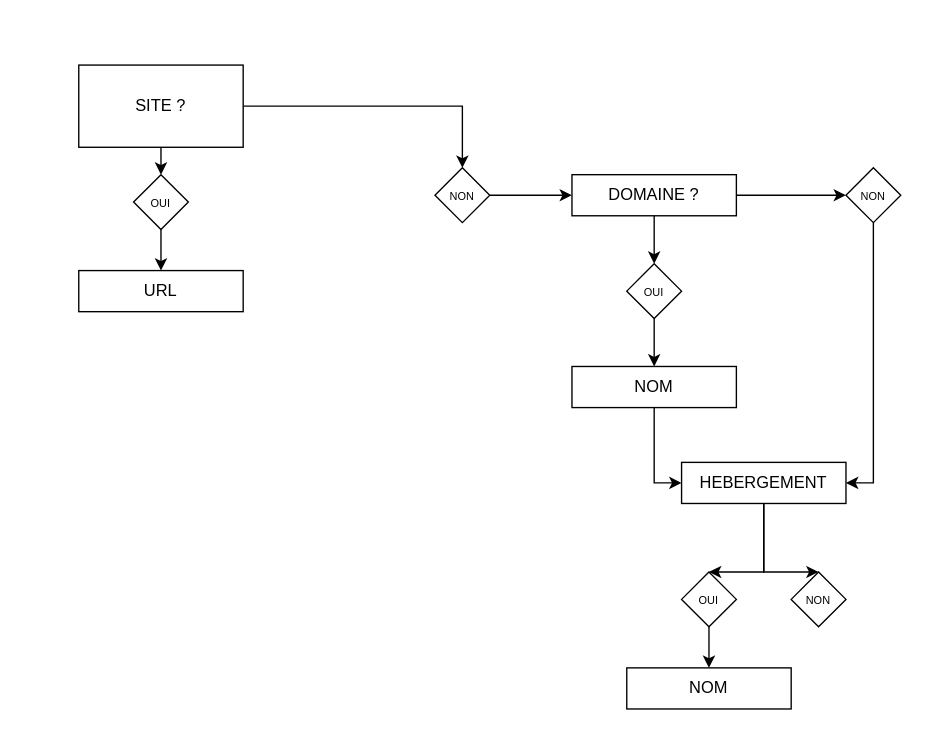
Above: Webcharte.drawio in webcharte/webcharte (draw.io), before the change. Source tidied: cells renumbered, new cells numbered last; positions are measured from the earlier drawing's top-left corner, leaving out a move shared by most shapes. Both pictures are drawn from the tidied source at 137%, with x=0, y=0 at pixel (78, 64).
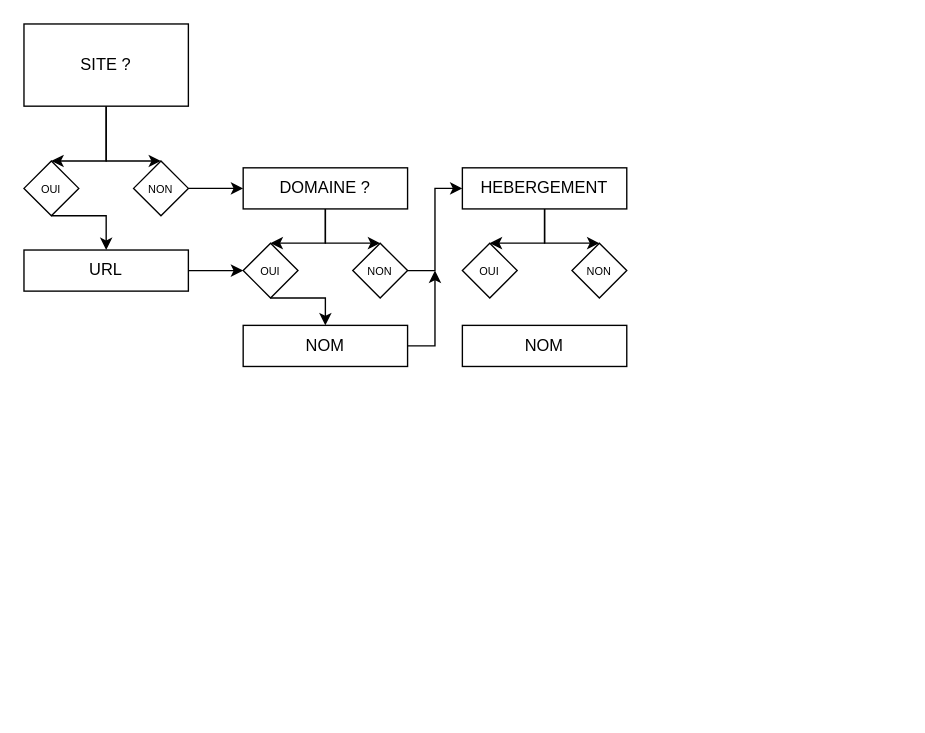
Above is the later version.

Change to the diagram source:
```diff
@@
     <mxCell id="2" style="edgeStyle=none;rounded=0;jettySize=auto;html=1;exitX=0.5;exitY=1;exitDx=0;exitDy=0;entryX=0.5;entryY=0;entryDx=0;entryDy=0;" parent="1" edge="1" source="4" target="6">
-      <mxGeometry relative="1" as="geometry" />
+      <mxGeometry relative="1" as="geometry">
+        <Array as="points">
+          <mxPoint x="20" y="70" />
+        </Array>
+      </mxGeometry>
     </mxCell>
     <mxCell id="3" style="edgeStyle=none;rounded=0;jettySize=auto;html=1;entryX=0.5;entryY=0;entryDx=0;entryDy=0;fontSize=8;" parent="1" edge="1" source="4" target="8">
       <mxGeometry relative="1" as="geometry">
         <Array as="points">
-          <mxPoint x="280" y="30" />
+          <mxPoint x="20" y="70" />
         </Array>
       </mxGeometry>
     </mxCell>
     <mxCell id="4" value="SITE ?" style="rounded=0;whiteSpace=wrap;html=1;" parent="1" vertex="1">
-      <mxGeometry width="120" height="60" as="geometry" />
+      <mxGeometry x="-40" y="-30" width="120" height="60" as="geometry" />
     </mxCell>
-    <mxCell id="5" style="edgeStyle=none;rounded=0;jettySize=auto;html=1;exitX=0.5;exitY=1;exitDx=0;exitDy=0;fontSize=8;" parent="1" edge="1" source="6" target="9">
-      <mxGeometry relative="1" as="geometry" />
+    <mxCell id="5" style="edgeStyle=none;rounded=0;jettySize=auto;html=1;exitX=0.5;exitY=1;exitDx=0;exitDy=0;fontSize=8;entryX=0.5;entryY=0;entryDx=0;entryDy=0;" parent="1" edge="1" source="6" target="9">
+      <mxGeometry relative="1" as="geometry">
+        <Array as="points">
+          <mxPoint x="20" y="110" />
+        </Array>
+      </mxGeometry>
     </mxCell>
     <mxCell id="6" value="&lt;font style=&quot;font-size: 8px&quot;&gt;OUI&lt;/font&gt;" style="rhombus;whiteSpace=wrap;html=1;" parent="1" vertex="1">
-      <mxGeometry x="40" y="80" width="40" height="40" as="geometry" />
+      <mxGeometry x="-40" y="70" width="40" height="40" as="geometry" />
     </mxCell>
@@
     <mxCell id="8" value="&lt;font style=&quot;font-size: 8px&quot;&gt;NON&lt;/font&gt;" style="rhombus;whiteSpace=wrap;html=1;" parent="1" vertex="1">
-      <mxGeometry x="260" y="75" width="40" height="40" as="geometry" />
+      <mxGeometry x="40" y="70" width="40" height="40" as="geometry" />
     </mxCell>
+    <mxCell id="26" style="edgeStyle=none;rounded=0;jettySize=auto;html=1;entryX=0;entryY=0.5;entryDx=0;entryDy=0;fontSize=8;" parent="1" edge="1" source="9" target="14">
+      <mxGeometry relative="1" as="geometry" />
+    </mxCell>
     <mxCell id="9" value="URL" style="rounded=0;whiteSpace=wrap;html=1;" parent="1" vertex="1">
-      <mxGeometry y="150" width="120" height="30" as="geometry" />
+      <mxGeometry x="-40" y="135" width="120" height="30" as="geometry" />
     </mxCell>
-    <mxCell id="10" style="edgeStyle=none;rounded=0;jettySize=auto;html=1;fontSize=8;" parent="1" edge="1" source="12" target="14">
-      <mxGeometry relative="1" as="geometry" />
+    <mxCell id="10" style="edgeStyle=none;rounded=0;jettySize=auto;html=1;fontSize=8;entryX=0.5;entryY=0;entryDx=0;entryDy=0;" parent="1" edge="1" source="12" target="14">
+      <mxGeometry relative="1" as="geometry">
+        <Array as="points">
+          <mxPoint x="180" y="130" />
+        </Array>
+      </mxGeometry>
     </mxCell>
-    <mxCell id="11" style="edgeStyle=none;rounded=0;jettySize=auto;html=1;fontSize=8;" parent="1" edge="1" source="12" target="16">
-      <mxGeometry relative="1" as="geometry" />
+    <mxCell id="11" style="edgeStyle=none;rounded=0;jettySize=auto;html=1;fontSize=8;entryX=0.5;entryY=0;entryDx=0;entryDy=0;" parent="1" edge="1" source="12" target="16">
+      <mxGeometry relative="1" as="geometry">
+        <Array as="points">
+          <mxPoint x="180" y="130" />
+        </Array>
+      </mxGeometry>
     </mxCell>
     <mxCell id="12" value="DOMAINE ?" style="rounded=0;whiteSpace=wrap;html=1;" parent="1" vertex="1">
-      <mxGeometry x="360" y="80" width="120" height="30" as="geometry" />
+      <mxGeometry x="120" y="75" width="120" height="30" as="geometry" />
     </mxCell>
-    <mxCell id="13" style="edgeStyle=none;rounded=0;jettySize=auto;html=1;fontSize=8;" parent="1" edge="1" source="14" target="18">
-      <mxGeometry relative="1" as="geometry" />
+    <mxCell id="13" style="edgeStyle=none;rounded=0;jettySize=auto;html=1;fontSize=8;exitX=0.5;exitY=1;exitDx=0;exitDy=0;" parent="1" edge="1" source="14" target="18">
+      <mxGeometry relative="1" as="geometry">
+        <Array as="points">
+          <mxPoint x="180" y="170" />
+        </Array>
+      </mxGeometry>
     </mxCell>
     <mxCell id="14" value="&lt;font style=&quot;font-size: 8px&quot;&gt;OUI&lt;/font&gt;" style="rhombus;whiteSpace=wrap;html=1;" parent="1" vertex="1">
-      <mxGeometry x="400" y="145" width="40" height="40" as="geometry" />
+      <mxGeometry x="120" y="130" width="40" height="40" as="geometry" />
     </mxCell>
-    <mxCell id="15" style="edgeStyle=none;rounded=0;jettySize=auto;html=1;entryX=1;entryY=0.5;entryDx=0;entryDy=0;fontSize=8;" parent="1" edge="1" source="16" target="21">
+    <mxCell id="15" style="edgeStyle=none;rounded=0;jettySize=auto;html=1;entryX=0;entryY=0.5;entryDx=0;entryDy=0;fontSize=8;" parent="1" edge="1" source="16" target="21">
       <mxGeometry relative="1" as="geometry">
         <Array as="points">
-          <mxPoint x="580" y="305" />
+          <mxPoint x="260" y="150" />
+          <mxPoint x="260" y="90" />
         </Array>
       </mxGeometry>
     </mxCell>
     <mxCell id="16" value="&lt;font style=&quot;font-size: 8px&quot;&gt;NON&lt;/font&gt;" style="rhombus;whiteSpace=wrap;html=1;" parent="1" vertex="1">
-      <mxGeometry x="560" y="75" width="40" height="40" as="geometry" />
+      <mxGeometry x="200" y="130" width="40" height="40" as="geometry" />
     </mxCell>
-    <mxCell id="17" style="edgeStyle=none;rounded=0;jettySize=auto;html=1;entryX=0;entryY=0.5;entryDx=0;entryDy=0;fontSize=8;" parent="1" edge="1" source="18" target="21">
-      <mxGeometry relative="1" as="geometry">
-        <Array as="points">
-          <mxPoint x="420" y="305" />
-        </Array>
-      </mxGeometry>
-    </mxCell>
+    <mxCell id="27" style="edgeStyle=none;rounded=0;jettySize=auto;html=1;fontSize=8;" parent="1" edge="1" source="18">
+      <mxGeometry relative="1" as="geometry">
+        <mxPoint x="260" y="150" as="targetPoint" />
+        <Array as="points">
+          <mxPoint x="260" y="205" />
+        </Array>
+      </mxGeometry>
+    </mxCell>
     <mxCell id="18" value="NOM" style="rounded=0;whiteSpace=wrap;html=1;" parent="1" vertex="1">
-      <mxGeometry x="360" y="220" width="120" height="30" as="geometry" />
+      <mxGeometry x="120" y="190" width="120" height="30" as="geometry" />
     </mxCell>
     <mxCell id="19" style="edgeStyle=none;rounded=0;jettySize=auto;html=1;entryX=0.5;entryY=0;entryDx=0;entryDy=0;fontSize=8;" parent="1" edge="1" source="21" target="23">
       <mxGeometry relative="1" as="geometry">
         <Array as="points">
-          <mxPoint x="500" y="370" />
+          <mxPoint x="340" y="130" />
         </Array>
       </mxGeometry>
     </mxCell>
     <mxCell id="20" style="edgeStyle=none;rounded=0;jettySize=auto;html=1;entryX=0.5;entryY=0;entryDx=0;entryDy=0;fontSize=8;" parent="1" edge="1" source="21" target="24">
       <mxGeometry relative="1" as="geometry">
         <Array as="points">
-          <mxPoint x="500" y="370" />
+          <mxPoint x="340" y="130" />
         </Array>
       </mxGeometry>
     </mxCell>
     <mxCell id="21" value="HEBERGEMENT" style="rounded=0;whiteSpace=wrap;html=1;" parent="1" vertex="1">
-      <mxGeometry x="440" y="290" width="120" height="30" as="geometry" />
+      <mxGeometry x="280" y="75" width="120" height="30" as="geometry" />
     </mxCell>
-    <mxCell id="22" style="edgeStyle=none;rounded=0;jettySize=auto;html=1;fontSize=8;" parent="1" edge="1" source="23" target="25">
-      <mxGeometry relative="1" as="geometry" />
-    </mxCell>
     <mxCell id="23" value="&lt;font style=&quot;font-size: 8px&quot;&gt;OUI&lt;/font&gt;" style="rhombus;whiteSpace=wrap;html=1;" parent="1" vertex="1">
-      <mxGeometry x="440" y="370" width="40" height="40" as="geometry" />
+      <mxGeometry x="280" y="130" width="40" height="40" as="geometry" />
     </mxCell>
     <mxCell id="24" value="&lt;font style=&quot;font-size: 8px&quot;&gt;NON&lt;/font&gt;" style="rhombus;whiteSpace=wrap;html=1;" parent="1" vertex="1">
-      <mxGeometry x="520" y="370" width="40" height="40" as="geometry" />
+      <mxGeometry x="360" y="130" width="40" height="40" as="geometry" />
     </mxCell>
     <mxCell id="25" value="NOM" style="rounded=0;whiteSpace=wrap;html=1;" parent="1" vertex="1">
-      <mxGeometry x="400" y="440" width="120" height="30" as="geometry" />
+      <mxGeometry x="280" y="190" width="120" height="30" as="geometry" />
     </mxCell>
```
